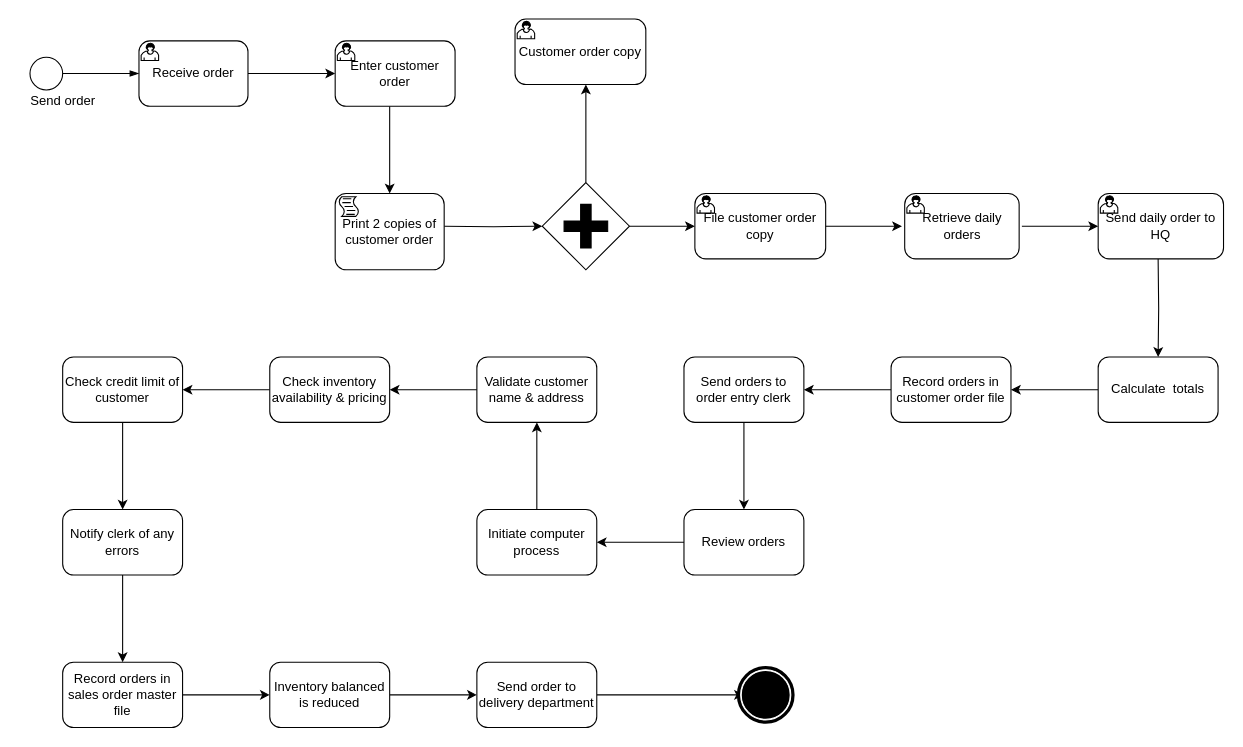
rotimi-98/flowchart keeps this draw.io diagram as Assignment-3.drawio. Above is the earlier version. Source tidied: cells renumbered, new cells numbered last; positions are measured from the earlier drawing's top-left corner, leaving out a move shared by most shapes. Both pictures are drawn from the tidied source at 109%, with x=0, y=0 at pixel (19, 19).
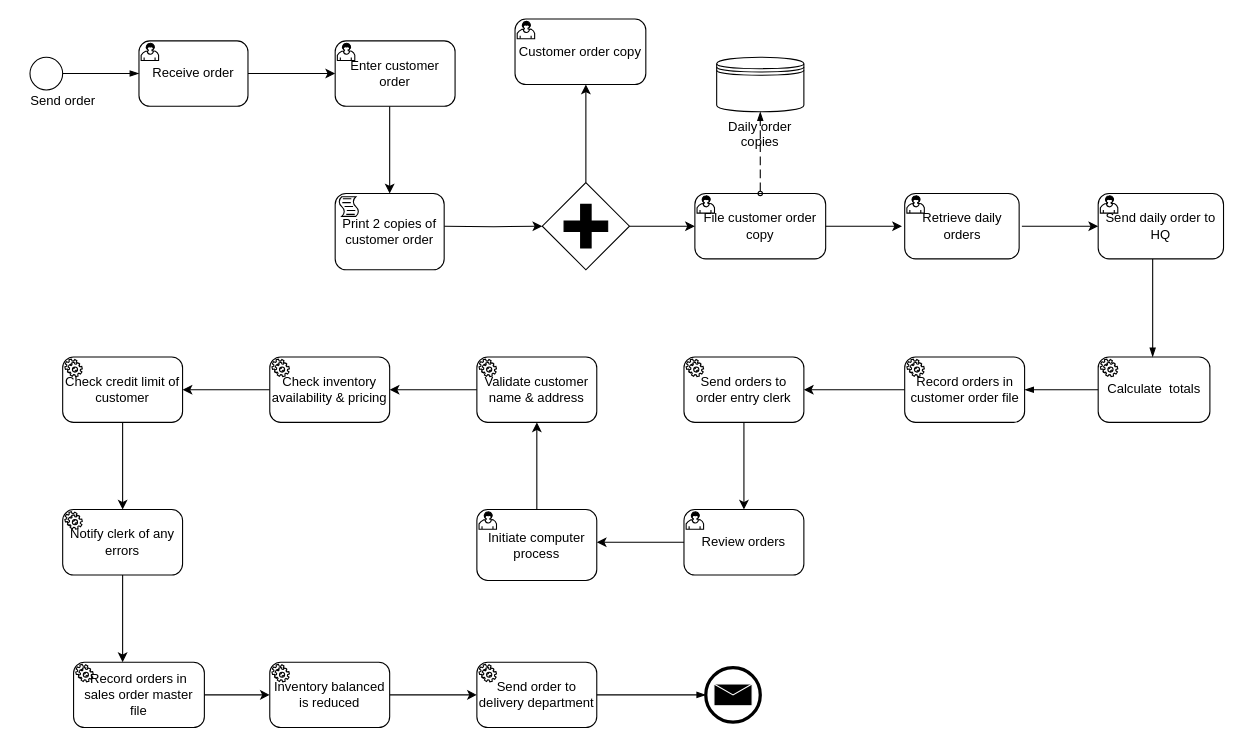
After the change.

Unchanged cells that the change refers to:
```xml
<mxCell id="36" style="shape=waypoint;sketch=0;size=6;points=[];fillColor=default;perimeter=centerPerimeter;snapToPoint=1;" parent="1" vertex="1">
  <mxGeometry x="645" y="600" width="40" height="40" as="geometry" />
</mxCell>
<mxCell id="43" value="File customer order copy" style="points=[[0.25,0,0],[0.5,0,0],[0.75,0,0],[1,0.25,0],[1,0.5,0],[1,0.75,0],[0.75,1,0],[0.5,1,0],[0.25,1,0],[0,0.75,0],[0,0.5,0],[0,0.25,0]];shape=mxgraph.bpmn.task;whiteSpace=wrap;rectStyle=rounded;size=10;taskMarker=user;" parent="1" vertex="1">
  <mxGeometry x="620" y="160" width="120" height="60" as="geometry" />
</mxCell>
```

The edit, as a diff of the source:
```diff
@@
-    <mxCell id="11" style="edgeStyle=orthogonalEdgeStyle;rounded=0;jettySize=auto;html=1;" parent="1" edge="1" target="13">
-      <mxGeometry relative="1" as="geometry">
-        <mxPoint x="1045" y="220" as="sourcePoint" />
-      </mxGeometry>
-    </mxCell>
-    <mxCell id="12" style="edgeStyle=orthogonalEdgeStyle;rounded=0;jettySize=auto;html=1;" parent="1" edge="1" source="13" target="15">
-      <mxGeometry relative="1" as="geometry" />
-    </mxCell>
-    <mxCell id="13" value="Calculate  totals" style="points=[[0.25,0,0],[0.5,0,0],[0.75,0,0],[1,0.25,0],[1,0.5,0],[1,0.75,0],[0.75,1,0],[0.5,1,0],[0.25,1,0],[0,0.75,0],[0,0.5,0],[0,0.25,0]];shape=mxgraph.bpmn.task;whiteSpace=wrap;rectStyle=rounded;size=10;taskMarker=abstract;" parent="1" vertex="1">
-      <mxGeometry x="990" y="310" width="110" height="60" as="geometry" />
-    </mxCell>
-    <mxCell id="14" style="edgeStyle=orthogonalEdgeStyle;rounded=0;jettySize=auto;html=1;" parent="1" edge="1" source="15" target="17">
-      <mxGeometry relative="1" as="geometry" />
+    <mxCell id="14" style="edgeStyle=orthogonalEdgeStyle;rounded=0;orthogonalLoop=1;jettySize=auto;html=1;" parent="1" edge="1">
+      <mxGeometry relative="1" as="geometry">
+        <mxPoint x="812.5" y="340" as="sourcePoint" />
+        <mxPoint x="720" y="340" as="targetPoint" />
+      </mxGeometry>
     </mxCell>
-    <mxCell id="15" value="Record orders in customer order file" style="points=[[0.25,0,0],[0.5,0,0],[0.75,0,0],[1,0.25,0],[1,0.5,0],[1,0.75,0],[0.75,1,0],[0.5,1,0],[0.25,1,0],[0,0.75,0],[0,0.5,0],[0,0.25,0]];shape=mxgraph.bpmn.task;whiteSpace=wrap;rectStyle=rounded;size=10;taskMarker=abstract;" parent="1" vertex="1">
-      <mxGeometry x="800" y="310" width="110" height="60" as="geometry" />
-    </mxCell>
-    <mxCell id="16" style="edgeStyle=orthogonalEdgeStyle;rounded=0;jettySize=auto;html=1;" parent="1" edge="1" source="17" target="19">
-      <mxGeometry relative="1" as="geometry" />
+    <mxCell id="16" style="edgeStyle=orthogonalEdgeStyle;rounded=0;orthogonalLoop=1;jettySize=auto;html=1;" parent="1" edge="1">
+      <mxGeometry relative="1" as="geometry">
+        <mxPoint x="665" y="370" as="sourcePoint" />
+        <mxPoint x="665" y="450" as="targetPoint" />
+      </mxGeometry>
     </mxCell>
-    <mxCell id="17" value="Send orders to order entry clerk" style="points=[[0.25,0,0],[0.5,0,0],[0.75,0,0],[1,0.25,0],[1,0.5,0],[1,0.75,0],[0.75,1,0],[0.5,1,0],[0.25,1,0],[0,0.75,0],[0,0.5,0],[0,0.25,0]];shape=mxgraph.bpmn.task;whiteSpace=wrap;rectStyle=rounded;size=10;taskMarker=abstract;" parent="1" vertex="1">
-      <mxGeometry x="610" y="310" width="110" height="60" as="geometry" />
-    </mxCell>
-    <mxCell id="18" style="edgeStyle=orthogonalEdgeStyle;rounded=0;jettySize=auto;html=1;" parent="1" edge="1" source="19" target="21">
-      <mxGeometry relative="1" as="geometry" />
+    <mxCell id="18" style="edgeStyle=orthogonalEdgeStyle;rounded=0;orthogonalLoop=1;jettySize=auto;html=1;" parent="1" edge="1">
+      <mxGeometry relative="1" as="geometry">
+        <mxPoint x="610" y="480" as="sourcePoint" />
+        <mxPoint x="530" y="480" as="targetPoint" />
+      </mxGeometry>
     </mxCell>
-    <mxCell id="19" value="Review orders" style="points=[[0.25,0,0],[0.5,0,0],[0.75,0,0],[1,0.25,0],[1,0.5,0],[1,0.75,0],[0.75,1,0],[0.5,1,0],[0.25,1,0],[0,0.75,0],[0,0.5,0],[0,0.25,0]];shape=mxgraph.bpmn.task;whiteSpace=wrap;rectStyle=rounded;size=10;taskMarker=abstract;" parent="1" vertex="1">
-      <mxGeometry x="610" y="450" width="110" height="60" as="geometry" />
-    </mxCell>
-    <mxCell id="20" style="edgeStyle=orthogonalEdgeStyle;rounded=0;jettySize=auto;html=1;" parent="1" edge="1" source="21" target="23">
-      <mxGeometry relative="1" as="geometry" />
+    <mxCell id="20" style="edgeStyle=orthogonalEdgeStyle;rounded=0;orthogonalLoop=1;jettySize=auto;html=1;" parent="1" edge="1">
+      <mxGeometry relative="1" as="geometry">
+        <mxPoint x="475" y="450" as="sourcePoint" />
+        <mxPoint x="475" y="370" as="targetPoint" />
+      </mxGeometry>
     </mxCell>
-    <mxCell id="21" value="Initiate computer process" style="points=[[0.25,0,0],[0.5,0,0],[0.75,0,0],[1,0.25,0],[1,0.5,0],[1,0.75,0],[0.75,1,0],[0.5,1,0],[0.25,1,0],[0,0.75,0],[0,0.5,0],[0,0.25,0]];shape=mxgraph.bpmn.task;whiteSpace=wrap;rectStyle=rounded;size=10;taskMarker=abstract;" parent="1" vertex="1">
-      <mxGeometry x="420" y="450" width="110" height="60" as="geometry" />
-    </mxCell>
-    <mxCell id="22" style="edgeStyle=orthogonalEdgeStyle;rounded=0;jettySize=auto;html=1;" parent="1" edge="1" source="23" target="25">
-      <mxGeometry relative="1" as="geometry" />
+    <mxCell id="22" style="edgeStyle=orthogonalEdgeStyle;rounded=0;orthogonalLoop=1;jettySize=auto;html=1;" parent="1" edge="1">
+      <mxGeometry relative="1" as="geometry">
+        <mxPoint x="420" y="340" as="sourcePoint" />
+        <mxPoint x="340" y="340" as="targetPoint" />
+      </mxGeometry>
     </mxCell>
-    <mxCell id="23" value="Validate customer name &amp; address" style="points=[[0.25,0,0],[0.5,0,0],[0.75,0,0],[1,0.25,0],[1,0.5,0],[1,0.75,0],[0.75,1,0],[0.5,1,0],[0.25,1,0],[0,0.75,0],[0,0.5,0],[0,0.25,0]];shape=mxgraph.bpmn.task;whiteSpace=wrap;rectStyle=rounded;size=10;taskMarker=abstract;" parent="1" vertex="1">
-      <mxGeometry x="420" y="310" width="110" height="60" as="geometry" />
-    </mxCell>
-    <mxCell id="24" style="edgeStyle=orthogonalEdgeStyle;rounded=0;jettySize=auto;html=1;" parent="1" edge="1" source="25" target="27">
-      <mxGeometry relative="1" as="geometry" />
+    <mxCell id="24" style="edgeStyle=orthogonalEdgeStyle;rounded=0;orthogonalLoop=1;jettySize=auto;html=1;" parent="1" edge="1">
+      <mxGeometry relative="1" as="geometry">
+        <mxPoint x="230" y="340" as="sourcePoint" />
+        <mxPoint x="150" y="340" as="targetPoint" />
+      </mxGeometry>
     </mxCell>
-    <mxCell id="25" value="Check inventory availability &amp; pricing" style="points=[[0.25,0,0],[0.5,0,0],[0.75,0,0],[1,0.25,0],[1,0.5,0],[1,0.75,0],[0.75,1,0],[0.5,1,0],[0.25,1,0],[0,0.75,0],[0,0.5,0],[0,0.25,0]];shape=mxgraph.bpmn.task;whiteSpace=wrap;rectStyle=rounded;size=10;taskMarker=abstract;" parent="1" vertex="1">
-      <mxGeometry x="230" y="310" width="110" height="60" as="geometry" />
-    </mxCell>
-    <mxCell id="26" style="edgeStyle=orthogonalEdgeStyle;rounded=0;jettySize=auto;html=1;" parent="1" edge="1" source="27" target="29">
-      <mxGeometry relative="1" as="geometry" />
+    <mxCell id="26" style="edgeStyle=orthogonalEdgeStyle;rounded=0;orthogonalLoop=1;jettySize=auto;html=1;" parent="1" edge="1">
+      <mxGeometry relative="1" as="geometry">
+        <mxPoint x="95" y="370" as="sourcePoint" />
+        <mxPoint x="95" y="450" as="targetPoint" />
+      </mxGeometry>
     </mxCell>
-    <mxCell id="27" value="Check credit limit of customer" style="points=[[0.25,0,0],[0.5,0,0],[0.75,0,0],[1,0.25,0],[1,0.5,0],[1,0.75,0],[0.75,1,0],[0.5,1,0],[0.25,1,0],[0,0.75,0],[0,0.5,0],[0,0.25,0]];shape=mxgraph.bpmn.task;whiteSpace=wrap;rectStyle=rounded;size=10;taskMarker=abstract;" parent="1" vertex="1">
-      <mxGeometry x="40" y="310" width="110" height="60" as="geometry" />
-    </mxCell>
-    <mxCell id="28" style="edgeStyle=orthogonalEdgeStyle;rounded=0;jettySize=auto;html=1;" parent="1" edge="1" source="29" target="31">
-      <mxGeometry relative="1" as="geometry" />
+    <mxCell id="28" style="edgeStyle=orthogonalEdgeStyle;rounded=0;orthogonalLoop=1;jettySize=auto;html=1;" parent="1" edge="1">
+      <mxGeometry relative="1" as="geometry">
+        <mxPoint x="95" y="510" as="sourcePoint" />
+        <mxPoint x="95" y="590" as="targetPoint" />
+      </mxGeometry>
     </mxCell>
-    <mxCell id="29" value="Notify clerk of any errors" style="points=[[0.25,0,0],[0.5,0,0],[0.75,0,0],[1,0.25,0],[1,0.5,0],[1,0.75,0],[0.75,1,0],[0.5,1,0],[0.25,1,0],[0,0.75,0],[0,0.5,0],[0,0.25,0]];shape=mxgraph.bpmn.task;whiteSpace=wrap;rectStyle=rounded;size=10;taskMarker=abstract;" parent="1" vertex="1">
-      <mxGeometry x="40" y="450" width="110" height="60" as="geometry" />
-    </mxCell>
-    <mxCell id="30" style="edgeStyle=orthogonalEdgeStyle;rounded=0;jettySize=auto;html=1;" parent="1" edge="1" source="31" target="33">
-      <mxGeometry relative="1" as="geometry" />
+    <mxCell id="30" style="edgeStyle=orthogonalEdgeStyle;rounded=0;orthogonalLoop=1;jettySize=auto;html=1;" parent="1" edge="1">
+      <mxGeometry relative="1" as="geometry">
+        <mxPoint x="150" y="620" as="sourcePoint" />
+        <mxPoint x="230" y="620" as="targetPoint" />
+      </mxGeometry>
     </mxCell>
-    <mxCell id="31" value="Record orders in sales order master file" style="points=[[0.25,0,0],[0.5,0,0],[0.75,0,0],[1,0.25,0],[1,0.5,0],[1,0.75,0],[0.75,1,0],[0.5,1,0],[0.25,1,0],[0,0.75,0],[0,0.5,0],[0,0.25,0]];shape=mxgraph.bpmn.task;whiteSpace=wrap;rectStyle=rounded;size=10;taskMarker=abstract;" parent="1" vertex="1">
-      <mxGeometry x="40" y="590" width="110" height="60" as="geometry" />
-    </mxCell>
-    <mxCell id="32" style="edgeStyle=orthogonalEdgeStyle;rounded=0;jettySize=auto;html=1;" parent="1" edge="1" source="33" target="35">
-      <mxGeometry relative="1" as="geometry" />
+    <mxCell id="32" style="edgeStyle=orthogonalEdgeStyle;rounded=0;orthogonalLoop=1;jettySize=auto;html=1;" parent="1" edge="1">
+      <mxGeometry relative="1" as="geometry">
+        <mxPoint x="340" y="620" as="sourcePoint" />
+        <mxPoint x="420" y="620" as="targetPoint" />
+      </mxGeometry>
     </mxCell>
-    <mxCell id="33" value="Inventory balanced is reduced" style="points=[[0.25,0,0],[0.5,0,0],[0.75,0,0],[1,0.25,0],[1,0.5,0],[1,0.75,0],[0.75,1,0],[0.5,1,0],[0.25,1,0],[0,0.75,0],[0,0.5,0],[0,0.25,0]];shape=mxgraph.bpmn.task;whiteSpace=wrap;rectStyle=rounded;size=10;taskMarker=abstract;" parent="1" vertex="1">
-      <mxGeometry x="230" y="590" width="110" height="60" as="geometry" />
-    </mxCell>
-    <mxCell id="34" style="edgeStyle=orthogonalEdgeStyle;rounded=0;jettySize=auto;html=1;" parent="1" edge="1" source="35" target="36">
-      <mxGeometry relative="1" as="geometry" />
-    </mxCell>
-    <mxCell id="35" value="Send order to delivery department" style="points=[[0.25,0,0],[0.5,0,0],[0.75,0,0],[1,0.25,0],[1,0.5,0],[1,0.75,0],[0.75,1,0],[0.5,1,0],[0.25,1,0],[0,0.75,0],[0,0.5,0],[0,0.25,0]];shape=mxgraph.bpmn.task;whiteSpace=wrap;rectStyle=rounded;size=10;taskMarker=abstract;" parent="1" vertex="1">
-      <mxGeometry x="420" y="590" width="110" height="60" as="geometry" />
-    </mxCell>
@@
-    <mxCell id="37" style="shape=mxgraph.bpmn.event;html=1;verticalLabelPosition=bottom;labelBackgroundColor=#ffffff;verticalAlign=top;align=center;perimeter=ellipsePerimeter;outline=end;symbol=terminate;" parent="1" vertex="1">
-      <mxGeometry x="660" y="595" width="50" height="50" as="geometry" />
-    </mxCell>
@@
+    <mxCell id="13" value="Calculate  totals" style="points=[[0.25,0,0],[0.5,0,0],[0.75,0,0],[1,0.25,0],[1,0.5,0],[1,0.75,0],[0.75,1,0],[0.5,1,0],[0.25,1,0],[0,0.75,0],[0,0.5,0],[0,0.25,0]];shape=mxgraph.bpmn.task;whiteSpace=wrap;rectStyle=rounded;size=10;taskMarker=service;" parent="1" vertex="1">
+      <mxGeometry x="990" y="310" width="102.5" height="60" as="geometry" />
+    </mxCell>
+    <mxCell id="15" value="Record orders in customer order file" style="points=[[0.25,0,0],[0.5,0,0],[0.75,0,0],[1,0.25,0],[1,0.5,0],[1,0.75,0],[0.75,1,0],[0.5,1,0],[0.25,1,0],[0,0.75,0],[0,0.5,0],[0,0.25,0]];shape=mxgraph.bpmn.task;whiteSpace=wrap;rectStyle=rounded;size=10;taskMarker=service;" parent="1" vertex="1">
+      <mxGeometry x="812.5" y="310" width="110" height="60" as="geometry" />
+    </mxCell>
+    <mxCell id="17" value="Send orders to order entry clerk" style="points=[[0.25,0,0],[0.5,0,0],[0.75,0,0],[1,0.25,0],[1,0.5,0],[1,0.75,0],[0.75,1,0],[0.5,1,0],[0.25,1,0],[0,0.75,0],[0,0.5,0],[0,0.25,0]];shape=mxgraph.bpmn.task;whiteSpace=wrap;rectStyle=rounded;size=10;taskMarker=service;" parent="1" vertex="1">
+      <mxGeometry x="610" y="310" width="110" height="60" as="geometry" />
+    </mxCell>
+    <mxCell id="47" style="edgeStyle=elbowEdgeStyle;fontSize=12;html=1;endArrow=blockThin;endFill=1;rounded=0;" parent="1" edge="1" target="13">
+      <mxGeometry relative="1" as="geometry">
+        <mxPoint x="1040" y="220" as="sourcePoint" />
+      </mxGeometry>
+    </mxCell>
+    <mxCell id="12" style="edgeStyle=elbowEdgeStyle;fontSize=12;html=1;endArrow=blockThin;endFill=1;rounded=0;exitX=0;exitY=0.5;exitDx=0;exitDy=0;exitPerimeter=0;entryX=1;entryY=0.5;entryDx=0;entryDy=0;entryPerimeter=0;" parent="1" edge="1" source="13" target="15">
+      <mxGeometry relative="1" as="geometry" />
+    </mxCell>
+    <mxCell id="19" value="Review orders" style="points=[[0.25,0,0],[0.5,0,0],[0.75,0,0],[1,0.25,0],[1,0.5,0],[1,0.75,0],[0.75,1,0],[0.5,1,0],[0.25,1,0],[0,0.75,0],[0,0.5,0],[0,0.25,0]];shape=mxgraph.bpmn.task;whiteSpace=wrap;rectStyle=rounded;size=10;taskMarker=user;" parent="1" vertex="1">
+      <mxGeometry x="610" y="450" width="110" height="60" as="geometry" />
+    </mxCell>
+    <mxCell id="23" value="Validate customer name &amp; address" style="points=[[0.25,0,0],[0.5,0,0],[0.75,0,0],[1,0.25,0],[1,0.5,0],[1,0.75,0],[0.75,1,0],[0.5,1,0],[0.25,1,0],[0,0.75,0],[0,0.5,0],[0,0.25,0]];shape=mxgraph.bpmn.task;whiteSpace=wrap;rectStyle=rounded;size=10;taskMarker=service;" parent="1" vertex="1">
+      <mxGeometry x="420" y="310" width="110" height="60" as="geometry" />
+    </mxCell>
+    <mxCell id="48" value="Daily order copies" style="shape=datastore;whiteSpace=wrap;html=1;labelPosition=center;verticalLabelPosition=bottom;align=center;verticalAlign=top;" parent="1" vertex="1">
+      <mxGeometry x="640" y="35" width="80" height="50" as="geometry" />
+    </mxCell>
+    <mxCell id="49" style="dashed=1;dashPattern=8 4;endArrow=blockThin;endFill=1;startArrow=oval;startFill=0;endSize=6;startSize=4;rounded=0;exitX=0.5;exitY=0;exitDx=0;exitDy=0;exitPerimeter=0;entryX=0.5;entryY=1;entryDx=0;entryDy=0;" parent="1" edge="1" source="43" target="48">
+      <mxGeometry relative="1" as="geometry" />
+    </mxCell>
+    <mxCell id="21" value="Initiate computer process" style="points=[[0.25,0,0],[0.5,0,0],[0.75,0,0],[1,0.25,0],[1,0.5,0],[1,0.75,0],[0.75,1,0],[0.5,1,0],[0.25,1,0],[0,0.75,0],[0,0.5,0],[0,0.25,0]];shape=mxgraph.bpmn.task;whiteSpace=wrap;rectStyle=rounded;size=10;taskMarker=user;" parent="1" vertex="1">
+      <mxGeometry x="420" y="450" width="110" height="65" as="geometry" />
+    </mxCell>
+    <mxCell id="25" value="Check inventory availability &amp; pricing" style="points=[[0.25,0,0],[0.5,0,0],[0.75,0,0],[1,0.25,0],[1,0.5,0],[1,0.75,0],[0.75,1,0],[0.5,1,0],[0.25,1,0],[0,0.75,0],[0,0.5,0],[0,0.25,0]];shape=mxgraph.bpmn.task;whiteSpace=wrap;rectStyle=rounded;size=10;taskMarker=service;" parent="1" vertex="1">
+      <mxGeometry x="230" y="310" width="110" height="60" as="geometry" />
+    </mxCell>
+    <mxCell id="27" value="Check credit limit of customer" style="points=[[0.25,0,0],[0.5,0,0],[0.75,0,0],[1,0.25,0],[1,0.5,0],[1,0.75,0],[0.75,1,0],[0.5,1,0],[0.25,1,0],[0,0.75,0],[0,0.5,0],[0,0.25,0]];shape=mxgraph.bpmn.task;whiteSpace=wrap;rectStyle=rounded;size=10;taskMarker=service;" parent="1" vertex="1">
+      <mxGeometry x="40" y="310" width="110" height="60" as="geometry" />
+    </mxCell>
+    <mxCell id="29" value="Notify clerk of any errors" style="points=[[0.25,0,0],[0.5,0,0],[0.75,0,0],[1,0.25,0],[1,0.5,0],[1,0.75,0],[0.75,1,0],[0.5,1,0],[0.25,1,0],[0,0.75,0],[0,0.5,0],[0,0.25,0]];shape=mxgraph.bpmn.task;whiteSpace=wrap;rectStyle=rounded;size=10;taskMarker=service;" parent="1" vertex="1">
+      <mxGeometry x="40" y="450" width="110" height="60" as="geometry" />
+    </mxCell>
+    <mxCell id="31" value="Record orders in sales order master file" style="points=[[0.25,0,0],[0.5,0,0],[0.75,0,0],[1,0.25,0],[1,0.5,0],[1,0.75,0],[0.75,1,0],[0.5,1,0],[0.25,1,0],[0,0.75,0],[0,0.5,0],[0,0.25,0]];shape=mxgraph.bpmn.task;whiteSpace=wrap;rectStyle=rounded;size=10;taskMarker=service;" parent="1" vertex="1">
+      <mxGeometry x="50" y="590" width="120" height="60" as="geometry" />
+    </mxCell>
+    <mxCell id="33" value="Inventory balanced is reduced" style="points=[[0.25,0,0],[0.5,0,0],[0.75,0,0],[1,0.25,0],[1,0.5,0],[1,0.75,0],[0.75,1,0],[0.5,1,0],[0.25,1,0],[0,0.75,0],[0,0.5,0],[0,0.25,0]];shape=mxgraph.bpmn.task;whiteSpace=wrap;rectStyle=rounded;size=10;taskMarker=service;" parent="1" vertex="1">
+      <mxGeometry x="230" y="590" width="110" height="60" as="geometry" />
+    </mxCell>
+    <mxCell id="35" value="Send order to delivery department" style="points=[[0.25,0,0],[0.5,0,0],[0.75,0,0],[1,0.25,0],[1,0.5,0],[1,0.75,0],[0.75,1,0],[0.5,1,0],[0.25,1,0],[0,0.75,0],[0,0.5,0],[0,0.25,0]];shape=mxgraph.bpmn.task;whiteSpace=wrap;rectStyle=rounded;size=10;taskMarker=service;" parent="1" vertex="1">
+      <mxGeometry x="420" y="590" width="110" height="60" as="geometry" />
+    </mxCell>
+    <mxCell id="50" style="points=[[0.145,0.145,0],[0.5,0,0],[0.855,0.145,0],[1,0.5,0],[0.855,0.855,0],[0.5,1,0],[0.145,0.855,0],[0,0.5,0]];shape=mxgraph.bpmn.event;html=1;verticalLabelPosition=bottom;labelBackgroundColor=#ffffff;verticalAlign=top;align=center;perimeter=ellipsePerimeter;outlineConnect=0;outline=end;symbol=message;" parent="1" vertex="1">
+      <mxGeometry x="630" y="595" width="50" height="50" as="geometry" />
+    </mxCell>
+    <mxCell id="51" style="edgeStyle=elbowEdgeStyle;fontSize=12;html=1;endArrow=blockThin;endFill=1;rounded=0;entryX=0;entryY=0.5;entryDx=0;entryDy=0;entryPerimeter=0;" parent="1" edge="1" target="50">
+      <mxGeometry relative="1" as="geometry">
+        <mxPoint x="530" y="620" as="sourcePoint" />
+      </mxGeometry>
+    </mxCell>
```
